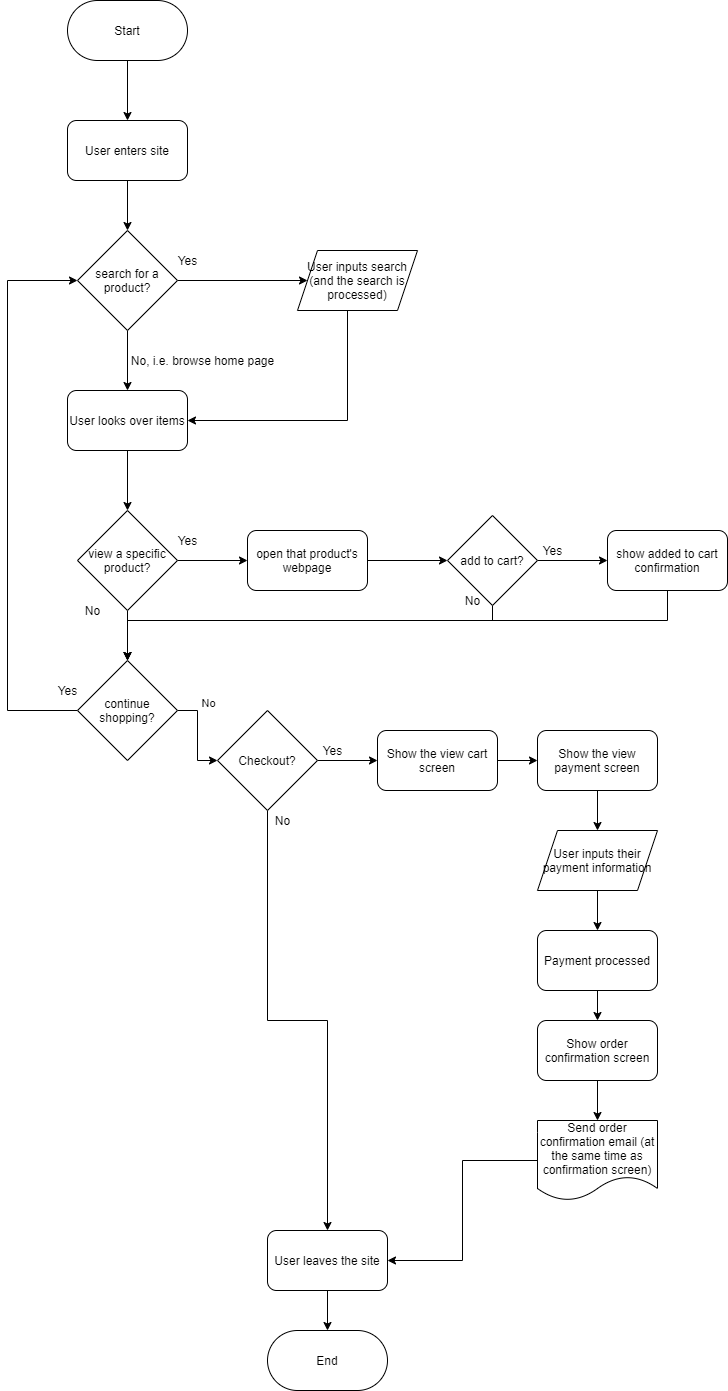
Earlier version of the draw.io export explore/diagramming/diagram.drawio.png (ArturoAmaya/fa21-cse110-lab4). Source tidied: cells renumbered, new cells last; positions are measured from the earlier drawing's top-left corner, leaving out a move shared by most shapes.
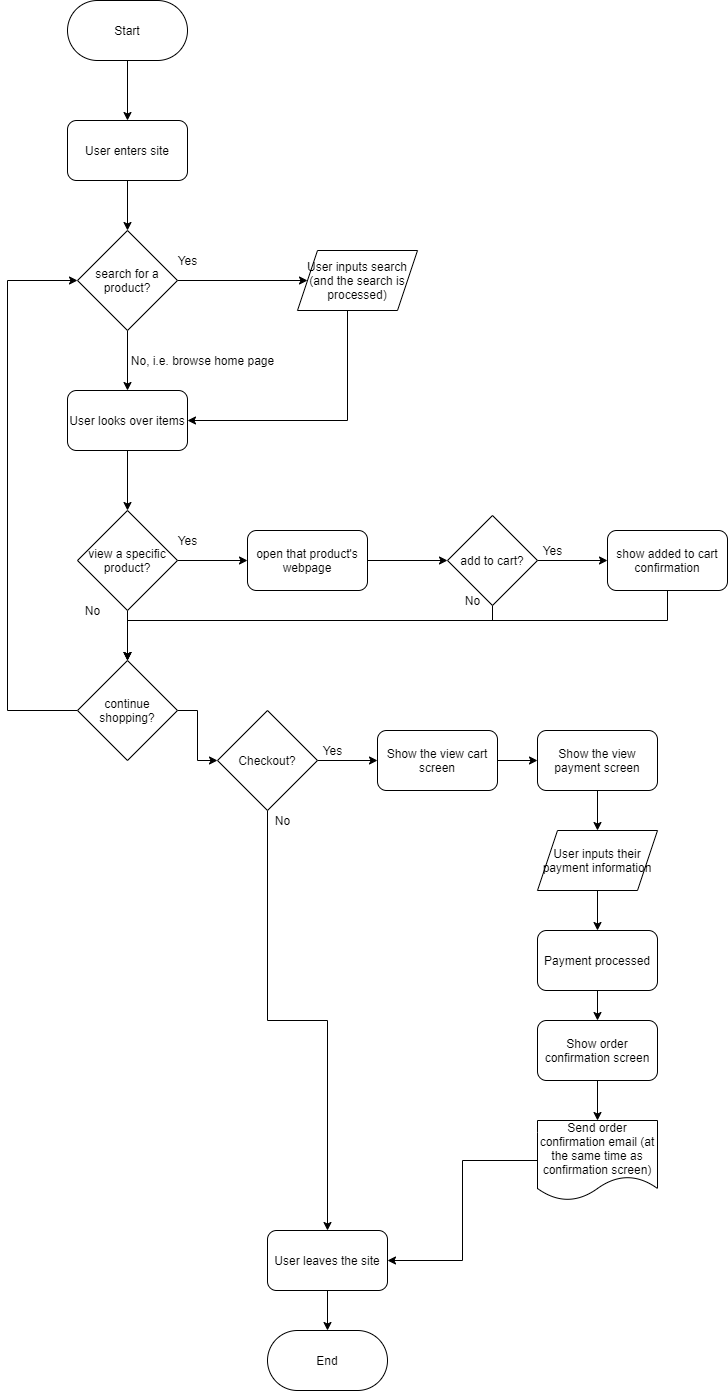
After the change.

Commit message:
last edit hopefully but draw.io is weird!

Diff of the diagram source:
```diff
@@ -80,11 +80,6 @@
     <mxCell id="22" style="edgeStyle=orthogonalEdgeStyle;rounded=0;jettySize=auto;html=1;entryX=0;entryY=0.5;entryDx=0;entryDy=0;" parent="1" edge="1" source="24" target="27">
       <mxGeometry relative="1" as="geometry" />
     </mxCell>
-    <mxCell id="23" value="No" style="edgeLabel;html=1;align=center;verticalAlign=middle;" parent="22" vertex="1">
-      <mxGeometry x="-0.56" y="12" relative="1" as="geometry">
-        <mxPoint x="-2" y="-8" as="offset" />
-      </mxGeometry>
-    </mxCell>
     <mxCell id="24" value="continue shopping?" style="rhombus;whiteSpace=wrap;html=1;rounded=0;" parent="1" vertex="1">
       <mxGeometry x="70" y="660" width="100" height="100" as="geometry" />
     </mxCell>
@@ -176,8 +171,5 @@
     <mxCell id="52" value="&lt;span&gt;User inputs search&lt;/span&gt;&lt;br&gt;&lt;span&gt;(and the search is processed)&lt;/span&gt;" style="shape=parallelogram;perimeter=parallelogramPerimeter;whiteSpace=wrap;html=1;fixedSize=1;" parent="1" vertex="1">
       <mxGeometry x="290" y="250" width="120" height="60" as="geometry" />
     </mxCell>
-    <mxCell id="53" value="Yes" style="text;html=1;align=center;verticalAlign=middle;strokeColor=none;" parent="1" vertex="1">
-      <mxGeometry x="45" y="680" width="30" height="20" as="geometry" />
-    </mxCell>
   </root>
 </mxGraphModel>
```
